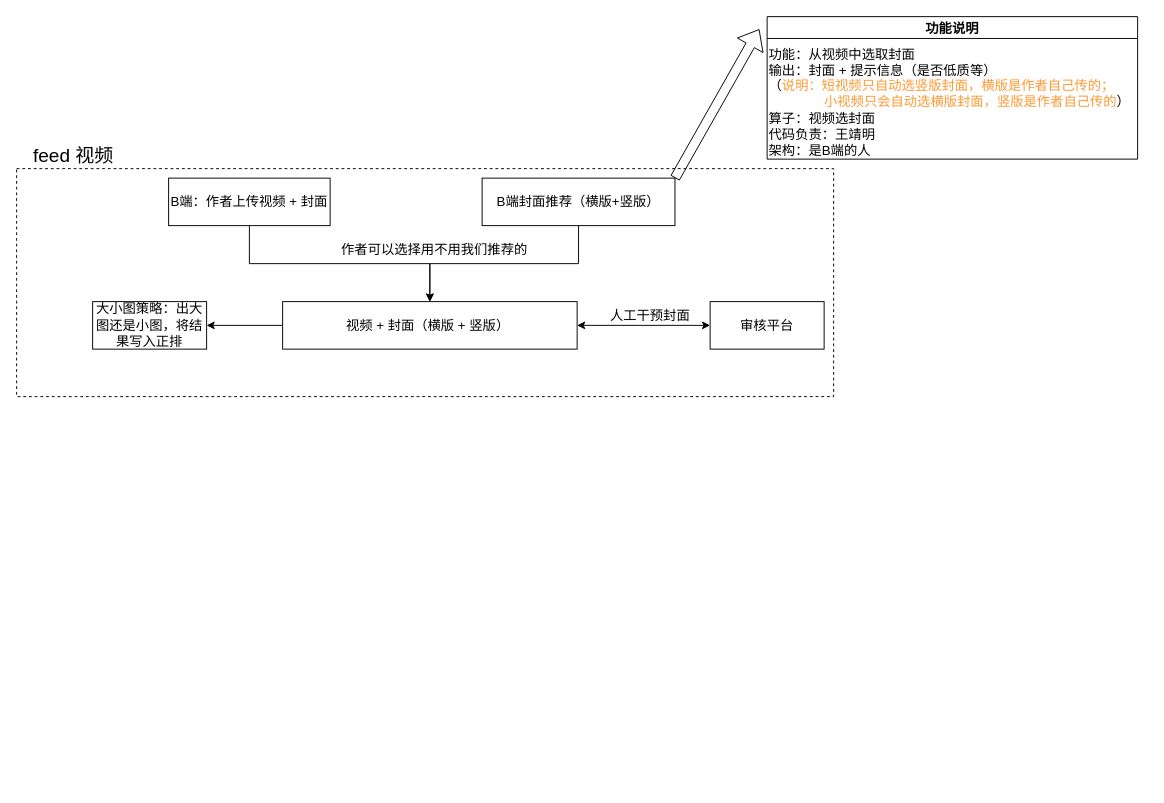
The draw.io diagram 视频选图.drawio in 2018liuyan/one, before the edit. Source tidied: cells renumbered, new cells numbered last; positions are measured from the earlier drawing's top-left corner, leaving out a move shared by most shapes. Both pictures are drawn from the tidied source at 95%, with x=0, y=0 at pixel (16, 16).
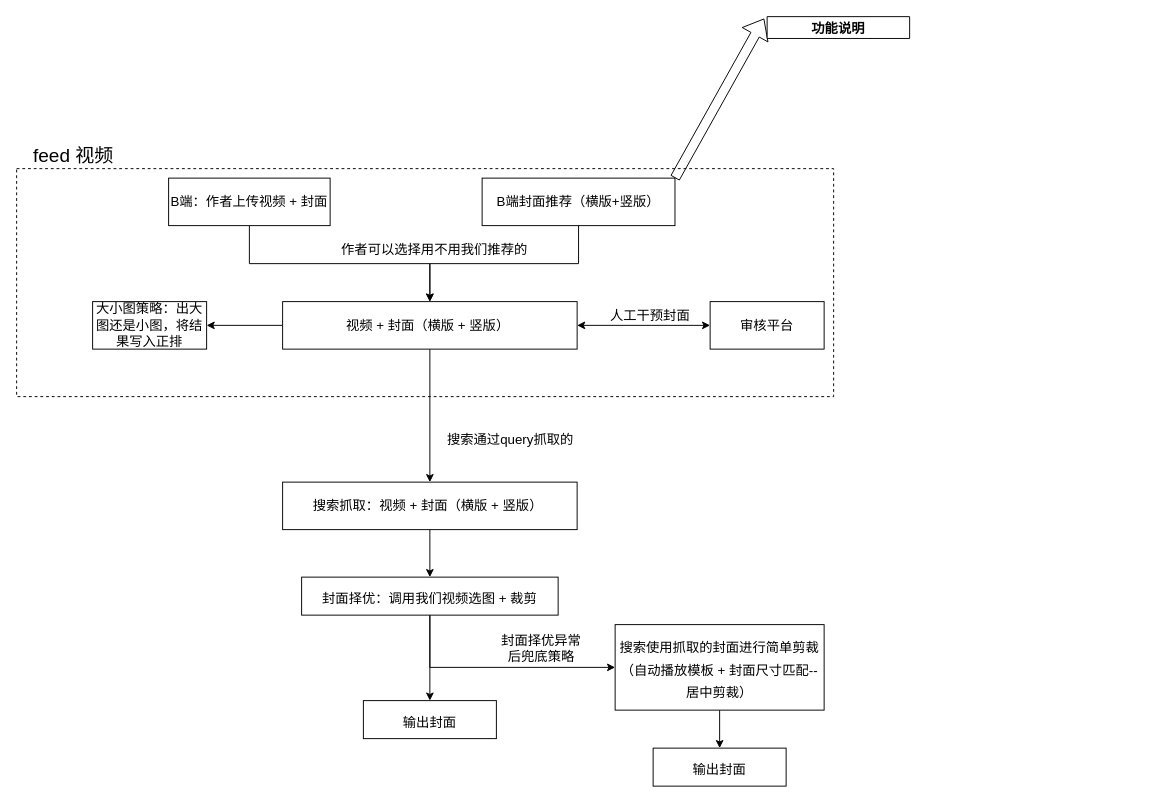
After the change.

The change refers to these unchanged cells:
```xml
<mxCell id="4" value="&lt;font style=&quot;font-size: 14px&quot;&gt;视频 + 封面（横版 + 竖版）&amp;nbsp;&lt;/font&gt;" style="rounded=0;whiteSpace=wrap;html=1;" parent="1" vertex="1">
  <mxGeometry x="280" y="300" width="310" height="50" as="geometry" />
</mxCell>
```

Diff of the diagram source:
```diff
@@
+    <mxCell id="18" style="edgeStyle=orthogonalEdgeStyle;rounded=0;jettySize=auto;html=1;entryX=0.5;entryY=0;entryDx=0;entryDy=0;fontSize=20;fontColor=#FF9933;" parent="1" edge="1" source="4" target="20">
+      <mxGeometry relative="1" as="geometry" />
+    </mxCell>
@@
-    <mxCell id="14" value="功能说明" style="swimlane;fontSize=14;" parent="1" vertex="1">
-      <mxGeometry x="790" width="390" height="150" as="geometry" />
+    <mxCell id="14" value="功能说明" style="swimlane;fontSize=14;" parent="1" vertex="1" collapsed="1">
+      <mxGeometry x="790" width="150" height="23" as="geometry" />
     </mxCell>
-    <mxCell id="15" value="功能：从视频中选取封面&lt;br&gt;输出：封面 + 提示信息（是否低质等）&lt;br&gt;（&lt;font color=&quot;#ff9933&quot;&gt;说明：短视频只自动选竖版封面，横版是作者自己传的；&lt;br&gt;&amp;nbsp; &amp;nbsp; &amp;nbsp; &amp;nbsp; &amp;nbsp; &amp;nbsp; &amp;nbsp; &amp;nbsp;小视频只会自动选横版封面，竖版是作者自己传的&lt;/font&gt;）&lt;br&gt;算子：视频选封面&amp;nbsp;&lt;br&gt;代码负责：王靖明&lt;br&gt;架构：是B端的人" style="text;html=1;align=left;verticalAlign=middle;strokeColor=none;fillColor=none;fontSize=14;" parent="14" vertex="1">
-      <mxGeometry y="30" width="400" height="120" as="geometry" />
-    </mxCell>
@@
+    <mxCell id="19" style="edgeStyle=orthogonalEdgeStyle;rounded=0;jettySize=auto;html=1;entryX=0.5;entryY=0;entryDx=0;entryDy=0;fontSize=14;fontColor=#000000;" parent="1" edge="1" source="20" target="23">
+      <mxGeometry relative="1" as="geometry" />
+    </mxCell>
+    <mxCell id="20" value="&lt;font style=&quot;font-size: 14px&quot;&gt;搜索抓取：视频 + 封面（横版 + 竖版）&amp;nbsp;&lt;/font&gt;" style="rounded=0;whiteSpace=wrap;html=1;" parent="1" vertex="1">
+      <mxGeometry x="280" y="490" width="310" height="50" as="geometry" />
+    </mxCell>
+    <mxCell id="21" style="edgeStyle=orthogonalEdgeStyle;rounded=0;jettySize=auto;html=1;entryX=0.5;entryY=0;entryDx=0;entryDy=0;fontSize=14;fontColor=#000000;" parent="1" edge="1" source="23" target="25">
+      <mxGeometry relative="1" as="geometry" />
+    </mxCell>
+    <mxCell id="22" style="edgeStyle=orthogonalEdgeStyle;rounded=0;jettySize=auto;html=1;entryX=0;entryY=0.5;entryDx=0;entryDy=0;fontSize=14;fontColor=#000000;" parent="1" edge="1" source="23" target="27">
+      <mxGeometry relative="1" as="geometry">
+        <Array as="points">
+          <mxPoint x="435" y="685" />
+        </Array>
+      </mxGeometry>
+    </mxCell>
+    <mxCell id="23" value="&lt;font color=&quot;#000000&quot; style=&quot;font-size: 14px&quot;&gt;封面择优：调用我们视频选图 + 裁剪&lt;/font&gt;" style="rounded=0;whiteSpace=wrap;html=1;fontSize=20;fontColor=#FF9933;align=center;" parent="1" vertex="1">
+      <mxGeometry x="300" y="590" width="270" height="40" as="geometry" />
+    </mxCell>
+    <mxCell id="24" value="搜索通过query抓取的" style="text;html=1;strokeColor=none;fillColor=none;align=center;verticalAlign=middle;whiteSpace=wrap;rounded=0;dashed=1;fontSize=14;fontColor=#000000;" parent="1" vertex="1">
+      <mxGeometry x="430" y="430" width="180" height="30" as="geometry" />
+    </mxCell>
+    <mxCell id="25" value="&lt;font color=&quot;#000000&quot; style=&quot;font-size: 14px&quot;&gt;输出封面&lt;/font&gt;" style="rounded=0;whiteSpace=wrap;html=1;fontSize=20;fontColor=#FF9933;align=center;" parent="1" vertex="1">
+      <mxGeometry x="365" y="720" width="140" height="40" as="geometry" />
+    </mxCell>
+    <mxCell id="26" style="edgeStyle=orthogonalEdgeStyle;rounded=0;jettySize=auto;html=1;entryX=0.5;entryY=0;entryDx=0;entryDy=0;fontSize=14;fontColor=#000000;" parent="1" edge="1" source="27" target="28">
+      <mxGeometry relative="1" as="geometry" />
+    </mxCell>
+    <mxCell id="27" value="&lt;font color=&quot;#000000&quot; style=&quot;font-size: 14px&quot;&gt;搜索使用抓取的封面进行简单剪裁（自动播放模板 + 封面尺寸匹配--居中剪裁）&lt;/font&gt;" style="rounded=0;whiteSpace=wrap;html=1;fontSize=20;fontColor=#FF9933;align=center;" parent="1" vertex="1">
+      <mxGeometry x="630" y="640" width="220" height="90" as="geometry" />
+    </mxCell>
+    <mxCell id="28" value="&lt;font color=&quot;#000000&quot; style=&quot;font-size: 14px&quot;&gt;输出封面&lt;/font&gt;" style="rounded=0;whiteSpace=wrap;html=1;fontSize=20;fontColor=#FF9933;align=center;" parent="1" vertex="1">
+      <mxGeometry x="670" y="770" width="140" height="40" as="geometry" />
+    </mxCell>
+    <mxCell id="29" value="封面择优异常后兜底策略" style="text;html=1;strokeColor=none;fillColor=none;align=center;verticalAlign=middle;whiteSpace=wrap;rounded=0;fontSize=14;fontColor=#000000;" parent="1" vertex="1">
+      <mxGeometry x="505" y="650" width="95" height="30" as="geometry" />
+    </mxCell>
```
